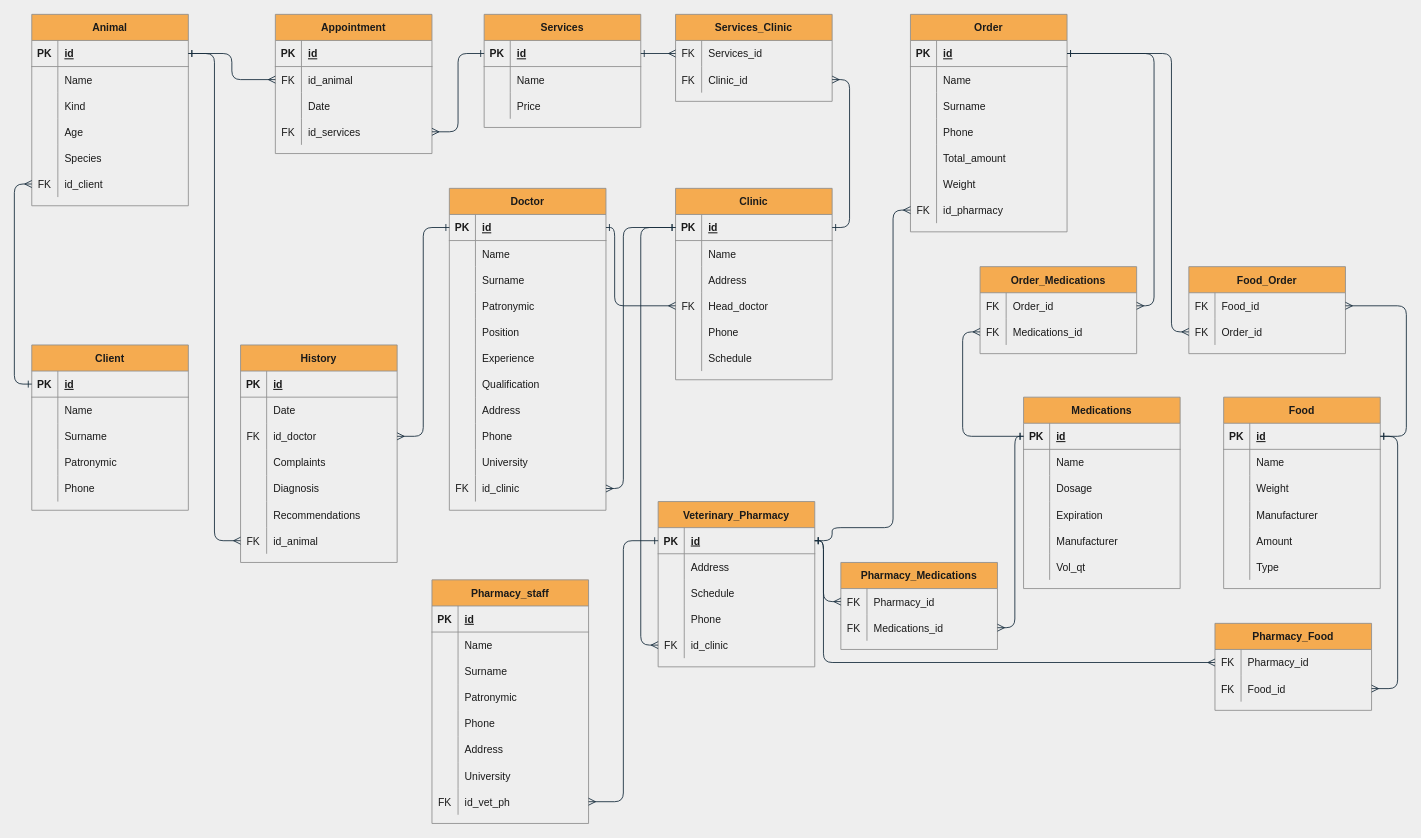
This is Untitled Diagram.drawio from 21shunya/vet, a draw.io file, before an edit. Source tidied: cells renumbered, new cells numbered last; positions are measured from the earlier drawing's top-left corner, leaving out a move shared by most shapes. Both pictures are drawn from the tidied source at 87%, with x=0, y=0 at pixel (31, 14).
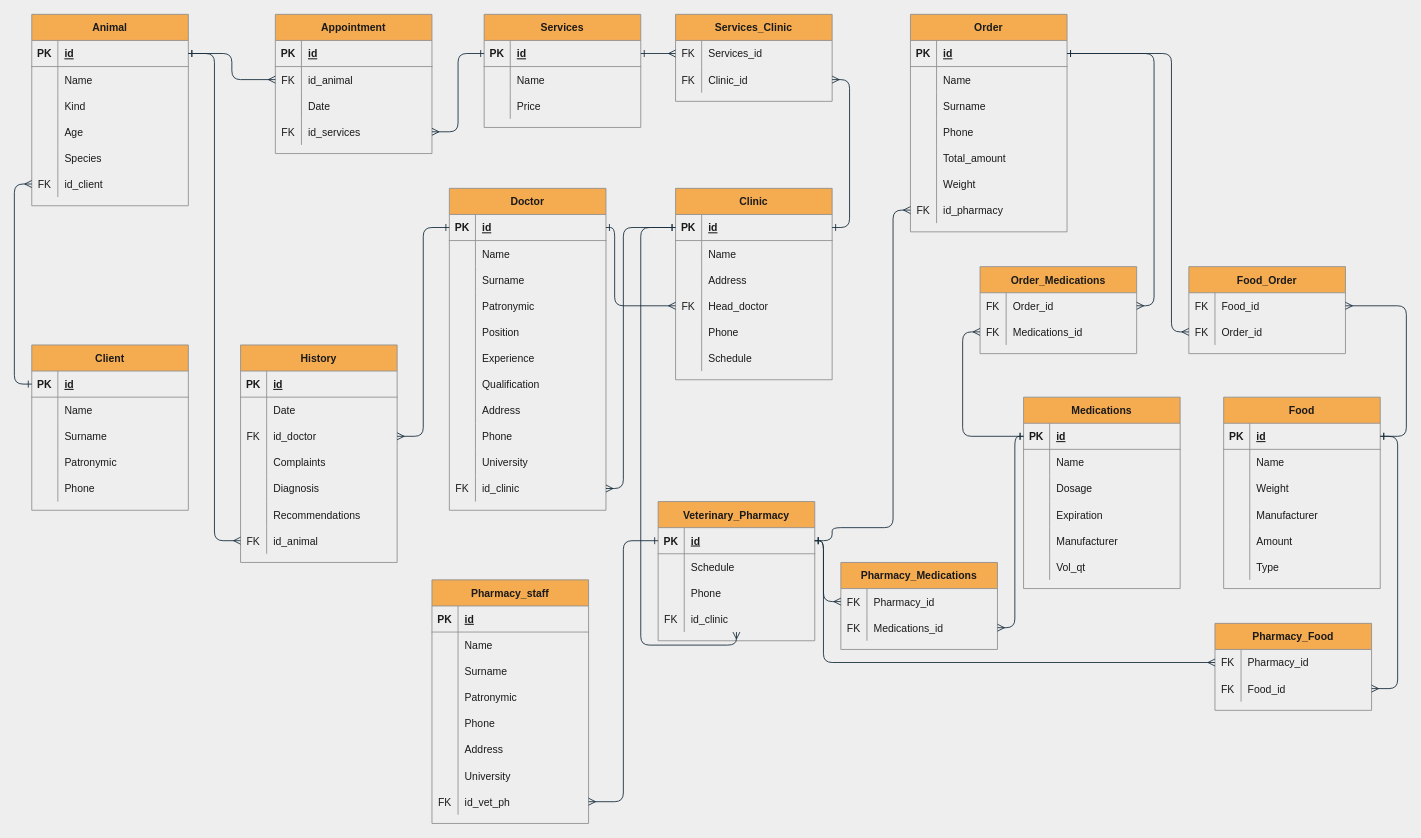
Above is the later version.

Commit message:
vet_ph_without_addr

Diff of the diagram source:
```diff
@@
     <mxCell id="149" value="Veterinary_Pharmacy" style="shape=table;startSize=30;childLayout=tableLayout;rowLines=0;fontStyle=1;align=center;fillColor=#F5AB50;strokeColor=#909090;fontColor=#1A1A1A;" parent="1" vertex="1">
-      <mxGeometry x="720" y="560" width="180" height="190" as="geometry" />
+      <mxGeometry x="720" y="560" width="180" height="160" as="geometry" />
     </mxCell>
@@
-    <mxCell id="153" style="shape=partialRectangle;fillColor=none;top=0;left=0;bottom=0;right=0;strokeColor=#909090;fontColor=#1A1A1A;" parent="149" vertex="1">
-      <mxGeometry y="60" width="180" height="30" as="geometry" />
-    </mxCell>
-    <mxCell id="154" style="shape=partialRectangle;fillColor=none;top=0;left=0;bottom=0;right=0;overflow=hidden;strokeColor=#909090;fontColor=#1A1A1A;" parent="153" vertex="1">
-      <mxGeometry width="30" height="30" as="geometry" />
-    </mxCell>
-    <mxCell id="155" value="Address" style="shape=partialRectangle;fillColor=none;top=0;left=0;bottom=0;right=0;align=left;spacingLeft=6;overflow=hidden;strokeColor=#909090;fontColor=#1A1A1A;" parent="153" vertex="1">
-      <mxGeometry x="30" width="150" height="30" as="geometry" />
-    </mxCell>
     <mxCell id="156" style="shape=partialRectangle;fillColor=none;top=0;left=0;bottom=0;right=0;strokeColor=#909090;fontColor=#1A1A1A;" parent="149" vertex="1">
-      <mxGeometry y="90" width="180" height="30" as="geometry" />
+      <mxGeometry y="60" width="180" height="30" as="geometry" />
     </mxCell>
@@
     <mxCell id="159" style="shape=partialRectangle;fillColor=none;top=0;left=0;bottom=0;right=0;strokeColor=#909090;fontColor=#1A1A1A;" parent="149" vertex="1">
-      <mxGeometry y="120" width="180" height="30" as="geometry" />
+      <mxGeometry y="90" width="180" height="30" as="geometry" />
     </mxCell>
@@
     <mxCell id="162" style="shape=partialRectangle;fillColor=none;top=0;left=0;bottom=0;right=0;points=[[0,0.5],[1,0.5]];portConstraint=eastwest;strokeColor=#909090;fontColor=#1A1A1A;" parent="149" vertex="1">
-      <mxGeometry y="150" width="180" height="30" as="geometry" />
+      <mxGeometry y="120" width="180" height="30" as="geometry" />
     </mxCell>
```
